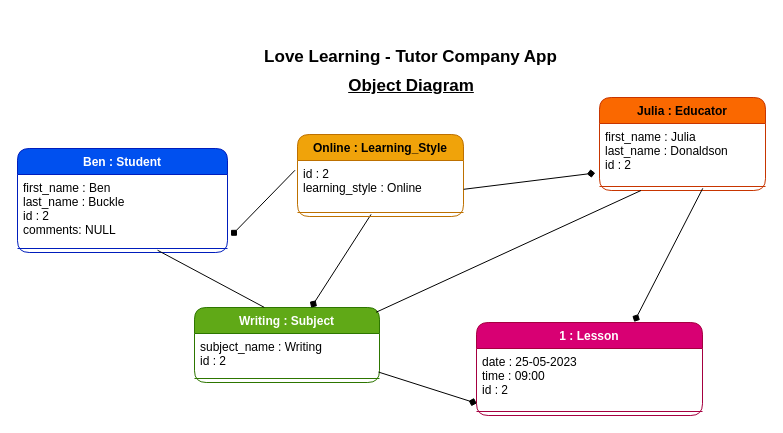
SdcBartram/LoveLearning_Tutor_Company_Project keeps this draw.io diagram as Planning/object2_diagram.drawio. Above is the earlier version. Source tidied: cells renumbered, new cells numbered last; positions are measured from the earlier drawing's top-left corner, leaving out a move shared by most shapes. Both pictures are drawn from the tidied source at 100%, with x=0, y=0 at pixel (17, 17).
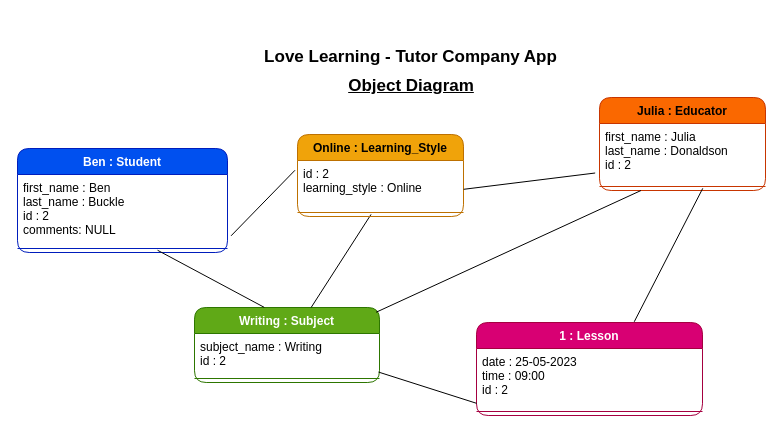
The same diagram, later.

The change refers to these unchanged cells:
```xml
<mxCell id="3" value="first_name : Ben&#10;last_name : Buckle&#10;id : 2&#10;comments: NULL&#10;" style="text;strokeColor=none;fillColor=none;align=left;verticalAlign=top;spacingLeft=4;spacingRight=4;overflow=hidden;points=[[0,0.5],[1,0.5]];portConstraint=eastwest;rounded=1;fontColor=#000000;" parent="2" vertex="1">
  <mxGeometry y="26" width="210" height="70" as="geometry" />
</mxCell>
<mxCell id="7" value="Writing : Subject" style="swimlane;fontStyle=1;align=center;verticalAlign=top;horizontal=1;startSize=26;rounded=1;fontColor=#ffffff;fillColor=#60a917;strokeColor=#2D7600;" parent="1" vertex="1">
  <mxGeometry x="177" y="290" width="185" height="75" as="geometry" />
</mxCell>
<mxCell id="8" value="subject_name : Writing&#10;id : 2" style="text;strokeColor=none;fillColor=none;align=left;verticalAlign=top;spacingLeft=4;spacingRight=4;overflow=hidden;points=[[0,0.5],[1,0.5]];portConstraint=eastwest;rounded=1;fontColor=#000000;" parent="7" vertex="1">
  <mxGeometry y="26" width="185" height="41" as="geometry" />
</mxCell>
<mxCell id="11" value="first_name : Julia&#10;last_name : Donaldson&#10;id : 2&#10;" style="text;strokeColor=none;fillColor=none;align=left;verticalAlign=top;spacingLeft=4;spacingRight=4;overflow=hidden;points=[[0,0.5],[1,0.5]];portConstraint=eastwest;rounded=1;fontColor=#000000;" parent="10" vertex="1">
  <mxGeometry y="26" width="166" height="59" as="geometry" />
</mxCell>
<mxCell id="12" style="line;strokeWidth=1;fillColor=none;align=left;verticalAlign=middle;spacingTop=-1;spacingLeft=3;spacingRight=3;labelPosition=right;points=[];portConstraint=eastwest;strokeColor=inherit;rounded=1;fontColor=#000000;" parent="10" vertex="1">
  <mxGeometry y="85" width="166" height="8" as="geometry" />
</mxCell>
<mxCell id="13" value="1 : Lesson" style="swimlane;fontStyle=1;align=center;verticalAlign=top;horizontal=1;startSize=26;rounded=1;fontColor=#ffffff;fillColor=#d80073;strokeColor=#A50040;" parent="1" vertex="1">
  <mxGeometry x="459" y="305" width="226" height="93" as="geometry" />
</mxCell>
<mxCell id="14" value="date : 25-05-2023&#10;time : 09:00&#10;id : 2&#10;" style="text;strokeColor=none;fillColor=none;align=left;verticalAlign=top;spacingLeft=4;spacingRight=4;overflow=hidden;points=[[0,0.5],[1,0.5]];portConstraint=eastwest;rounded=1;fontColor=#000000;" parent="13" vertex="1">
  <mxGeometry y="26" width="226" height="59" as="geometry" />
</mxCell>
<mxCell id="18" value="id : 2&#10;learning_style : Online" style="text;strokeColor=none;fillColor=none;align=left;verticalAlign=top;spacingLeft=4;spacingRight=4;overflow=hidden;points=[[0,0.5],[1,0.5]];portConstraint=eastwest;rounded=1;fontColor=#000000;" parent="17" vertex="1">
  <mxGeometry y="26" width="166" height="48" as="geometry" />
</mxCell>
<mxCell id="19" style="line;strokeWidth=1;fillColor=none;align=left;verticalAlign=middle;spacingTop=-1;spacingLeft=3;spacingRight=3;labelPosition=right;points=[];portConstraint=eastwest;strokeColor=inherit;rounded=1;fontColor=#000000;" parent="17" vertex="1">
  <mxGeometry y="74" width="166" height="8" as="geometry" />
</mxCell>
```

What changed in the source:
```diff
@@
-    <mxCell id="16" style="html=1;fontSize=17;endArrow=diamond;endFill=1;fontColor=#000000;strokeColor=#000000;exitX=0.443;exitY=0.74;exitDx=0;exitDy=0;exitPerimeter=0;" parent="1" edge="1" source="19" target="7">
+    <mxCell id="16" style="html=1;fontSize=17;endArrow=none;endFill=0;fontColor=#000000;strokeColor=#000000;exitX=0.443;exitY=0.74;exitDx=0;exitDy=0;exitPerimeter=0;" parent="1" edge="1" source="19" target="7">
       <mxGeometry relative="1" as="geometry" />
     </mxCell>
@@
-    <mxCell id="20" style="html=1;exitX=1.001;exitY=0.6;exitDx=0;exitDy=0;entryX=-0.026;entryY=0.839;entryDx=0;entryDy=0;fontSize=17;endArrow=diamond;endFill=1;exitPerimeter=0;entryPerimeter=0;fontColor=#000000;strokeColor=#000000;" parent="1" edge="1" source="18" target="11">
+    <mxCell id="20" style="html=1;exitX=1.001;exitY=0.6;exitDx=0;exitDy=0;entryX=-0.026;entryY=0.839;entryDx=0;entryDy=0;fontSize=17;endArrow=none;endFill=0;exitPerimeter=0;entryPerimeter=0;fontColor=#000000;strokeColor=#000000;" parent="1" edge="1" source="18" target="11">
       <mxGeometry relative="1" as="geometry" />
     </mxCell>
-    <mxCell id="21" style="html=1;fontSize=17;endArrow=diamond;endFill=1;exitX=-0.015;exitY=0.203;exitDx=0;exitDy=0;exitPerimeter=0;entryX=1.017;entryY=0.876;entryDx=0;entryDy=0;entryPerimeter=0;fontColor=#000000;strokeColor=#000000;" parent="1" edge="1" source="18" target="3">
+    <mxCell id="21" style="html=1;fontSize=17;endArrow=none;endFill=0;exitX=-0.015;exitY=0.203;exitDx=0;exitDy=0;exitPerimeter=0;entryX=1.017;entryY=0.876;entryDx=0;entryDy=0;entryPerimeter=0;fontColor=#000000;strokeColor=#000000;" parent="1" edge="1" source="18" target="3">
       <mxGeometry relative="1" as="geometry" />
     </mxCell>
@@
-    <mxCell id="23" style="html=1;fontSize=17;endArrow=diamond;endFill=1;entryX=0.698;entryY=-0.008;entryDx=0;entryDy=0;entryPerimeter=0;fontColor=#000000;strokeColor=#000000;exitX=0.622;exitY=0.73;exitDx=0;exitDy=0;exitPerimeter=0;" parent="1" edge="1" source="12" target="13">
+    <mxCell id="23" style="html=1;fontSize=17;endArrow=none;endFill=0;entryX=0.698;entryY=-0.008;entryDx=0;entryDy=0;entryPerimeter=0;fontColor=#000000;strokeColor=#000000;exitX=0.622;exitY=0.73;exitDx=0;exitDy=0;exitPerimeter=0;" parent="1" edge="1" source="12" target="13">
       <mxGeometry relative="1" as="geometry" />
     </mxCell>
-    <mxCell id="24" style="html=1;entryX=0.001;entryY=0.93;entryDx=0;entryDy=0;entryPerimeter=0;fontSize=17;startArrow=none;startFill=0;endArrow=diamond;endFill=1;exitX=0.995;exitY=0.941;exitDx=0;exitDy=0;exitPerimeter=0;fontColor=#000000;strokeColor=#000000;" parent="1" edge="1" source="8" target="14">
+    <mxCell id="24" style="html=1;entryX=0.001;entryY=0.93;entryDx=0;entryDy=0;entryPerimeter=0;fontSize=17;startArrow=none;startFill=0;endArrow=none;endFill=0;exitX=0.995;exitY=0.941;exitDx=0;exitDy=0;exitPerimeter=0;fontColor=#000000;strokeColor=#000000;" parent="1" edge="1" source="8" target="14">
       <mxGeometry relative="1" as="geometry" />
     </mxCell>
```
